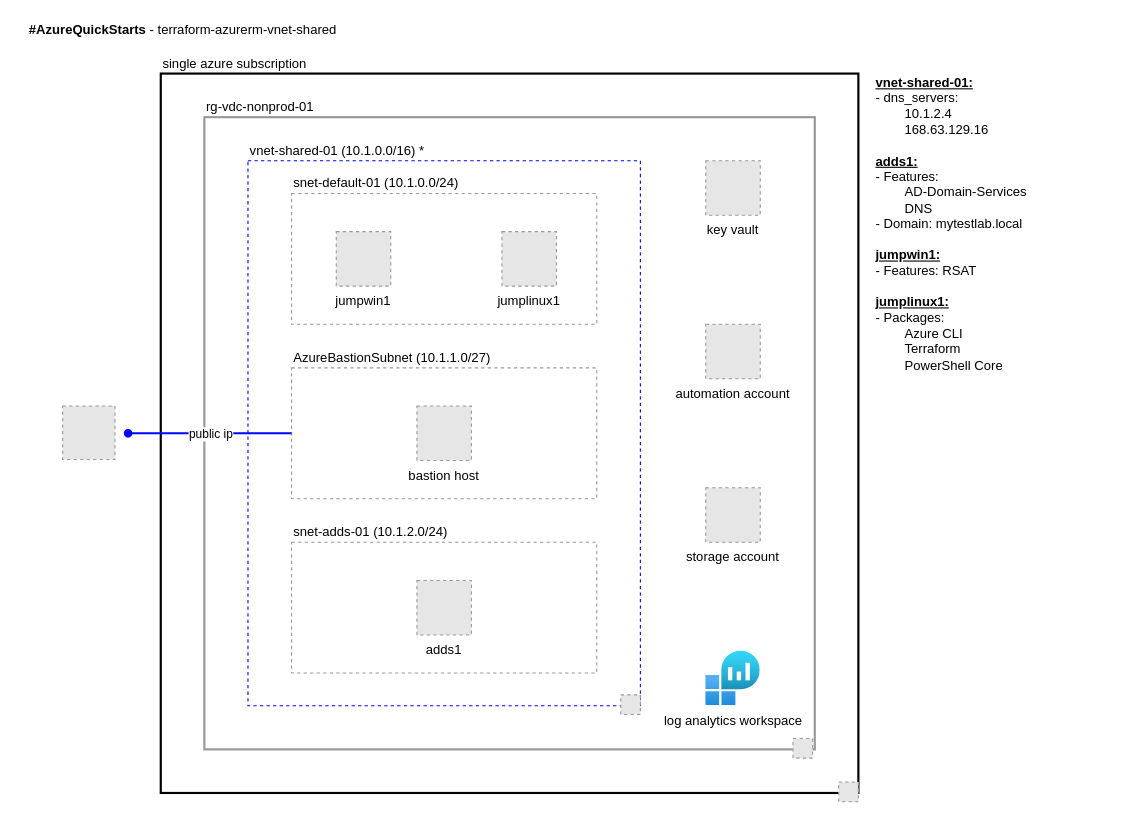
This is terraform-azurerm-vnet-shared/vnet-shared-diagram.drawio from doherty100/azuresandbox, a draw.io file, before an edit. Source tidied: cells renumbered, new cells numbered last; positions are measured from the earlier drawing's top-left corner, leaving out a move shared by most shapes. Both pictures are drawn from the tidied source at 109%, with x=0, y=0 at pixel (19, 19). Pictures stored in the file or linked from it are replaced by grey dashed boxes.
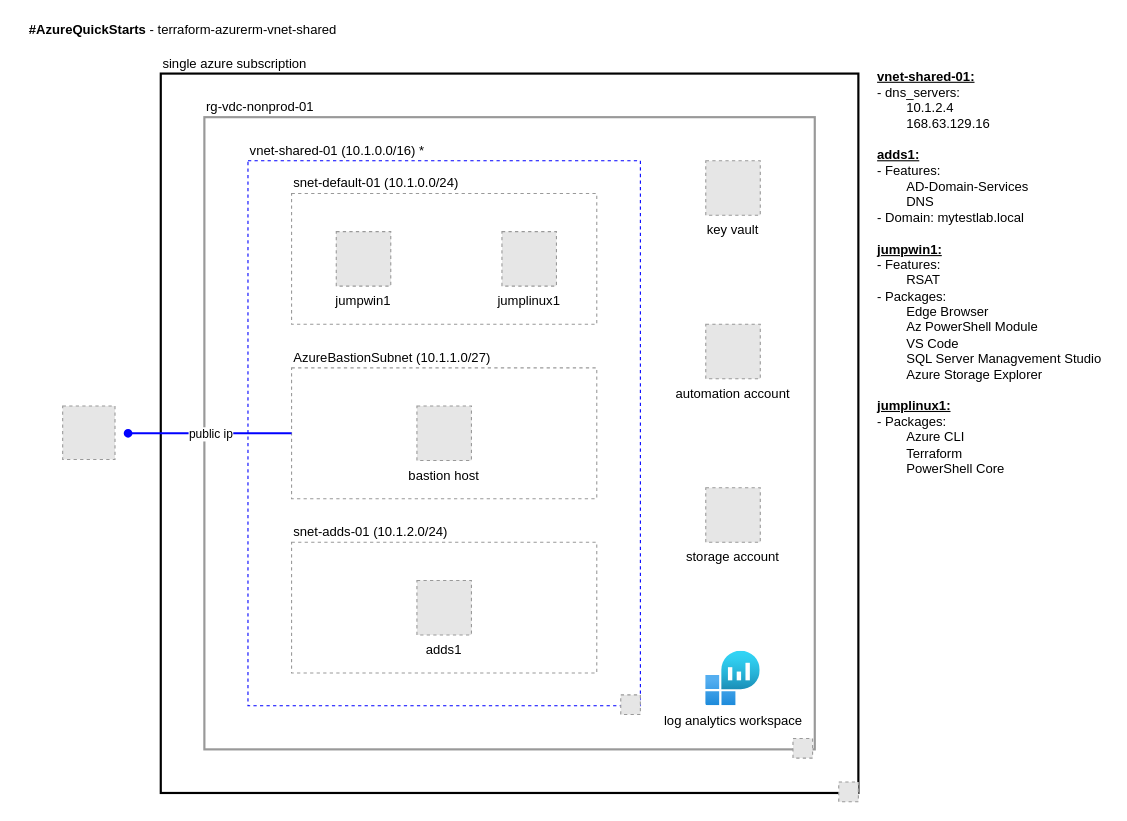
Above is the later version.

Commit message (it also covers changes not shown here):
vnet shared upcate winjump config

What changed in the source:
```diff
@@
-    <mxCell id="20" value="&lt;div style=&quot;text-align: left&quot;&gt;&lt;span&gt;&lt;u&gt;&lt;b&gt;vnet-shared-01:&lt;/b&gt;&lt;/u&gt;&lt;/span&gt;&lt;/div&gt;&lt;div style=&quot;text-align: left&quot;&gt;&lt;span&gt;- dns_servers:&amp;nbsp;&lt;/span&gt;&lt;/div&gt;&lt;div style=&quot;text-align: left&quot;&gt;&lt;span&gt;&lt;span style=&quot;white-space: pre&quot;&gt;&#9;&lt;/span&gt;10.1.2.4&lt;/span&gt;&lt;/div&gt;&lt;div style=&quot;text-align: left&quot;&gt;&lt;span&gt;&lt;span style=&quot;white-space: pre&quot;&gt;&#9;&lt;/span&gt;1&lt;/span&gt;&lt;span&gt;68.63.129.16&lt;/span&gt;&lt;/div&gt;&lt;div style=&quot;text-align: left&quot;&gt;&lt;span&gt;&lt;br&gt;&lt;/span&gt;&lt;/div&gt;&lt;div style=&quot;text-align: left&quot;&gt;&lt;div&gt;&lt;u&gt;&lt;b&gt;adds1:&lt;/b&gt;&lt;/u&gt;&lt;/div&gt;&lt;span style=&quot;text-align: center&quot;&gt;- Features:&amp;nbsp;&lt;/span&gt;&lt;/div&gt;&lt;div style=&quot;text-align: left&quot;&gt;&lt;span style=&quot;text-align: center&quot;&gt;&lt;span style=&quot;white-space: pre&quot;&gt;&#9;&lt;/span&gt;AD-Domain-Services&lt;/span&gt;&lt;/div&gt;&lt;div style=&quot;text-align: left&quot;&gt;&lt;span style=&quot;text-align: center&quot;&gt;&lt;span style=&quot;white-space: pre&quot;&gt;&#9;&lt;/span&gt;DNS&lt;/span&gt;&lt;br style=&quot;text-align: center&quot;&gt;&lt;div&gt;- Domain: mytestlab.local&lt;/div&gt;&lt;div&gt;&lt;br&gt;&lt;/div&gt;&lt;/div&gt;&lt;div style=&quot;text-align: left&quot;&gt;&lt;b&gt;&lt;u&gt;jumpwin1:&lt;/u&gt;&lt;/b&gt;&lt;/div&gt;&lt;div style=&quot;text-align: left&quot;&gt;- Features: RSAT&lt;/div&gt;&lt;div style=&quot;text-align: left&quot;&gt;&lt;span&gt;&lt;br&gt;&lt;/span&gt;&lt;/div&gt;&lt;div style=&quot;text-align: left&quot;&gt;&lt;div&gt;&lt;b&gt;&lt;u&gt;jumplinux1:&lt;/u&gt;&lt;/b&gt;&lt;/div&gt;&lt;div&gt;- Packages:&amp;nbsp;&lt;/div&gt;&lt;div&gt;&lt;span style=&quot;white-space: pre&quot;&gt;&#9;&lt;/span&gt;Azure CLI&lt;/div&gt;&lt;div&gt;&lt;span style=&quot;white-space: pre&quot;&gt;&#9;&lt;/span&gt;Terraform&lt;/div&gt;&lt;div&gt;&lt;span style=&quot;white-space: pre&quot;&gt;&#9;&lt;/span&gt;PowerShell Core&lt;br&gt;&lt;/div&gt;&lt;div&gt;&lt;br&gt;&lt;/div&gt;&lt;/div&gt;" style="text;html=1;align=center;verticalAlign=middle;rounded=0;fontColor=#000000;" parent="1" vertex="1">
-      <mxGeometry x="780" y="50" width="150" height="290" as="geometry" />
+    <mxCell id="20" value="&lt;div style=&quot;text-align: left&quot;&gt;&lt;span&gt;&lt;u&gt;&lt;b&gt;vnet-shared-01:&lt;/b&gt;&lt;/u&gt;&lt;/span&gt;&lt;/div&gt;&lt;div style=&quot;text-align: left&quot;&gt;&lt;span&gt;- dns_servers:&amp;nbsp;&lt;/span&gt;&lt;/div&gt;&lt;div style=&quot;text-align: left&quot;&gt;&lt;span&gt;&lt;span style=&quot;white-space: pre&quot;&gt;&#9;&lt;/span&gt;10.1.2.4&lt;/span&gt;&lt;/div&gt;&lt;div style=&quot;text-align: left&quot;&gt;&lt;span&gt;&lt;span style=&quot;white-space: pre&quot;&gt;&#9;&lt;/span&gt;1&lt;/span&gt;&lt;span&gt;68.63.129.16&lt;/span&gt;&lt;/div&gt;&lt;div style=&quot;text-align: left&quot;&gt;&lt;span&gt;&lt;br&gt;&lt;/span&gt;&lt;/div&gt;&lt;div style=&quot;text-align: left&quot;&gt;&lt;div&gt;&lt;u&gt;&lt;b&gt;adds1:&lt;/b&gt;&lt;/u&gt;&lt;/div&gt;&lt;span style=&quot;text-align: center&quot;&gt;- Features:&amp;nbsp;&lt;/span&gt;&lt;/div&gt;&lt;div style=&quot;text-align: left&quot;&gt;&lt;span style=&quot;text-align: center&quot;&gt;&lt;span style=&quot;white-space: pre&quot;&gt;&#9;&lt;/span&gt;AD-Domain-Services&lt;/span&gt;&lt;/div&gt;&lt;div style=&quot;text-align: left&quot;&gt;&lt;span style=&quot;text-align: center&quot;&gt;&lt;span style=&quot;white-space: pre&quot;&gt;&#9;&lt;/span&gt;DNS&lt;/span&gt;&lt;br style=&quot;text-align: center&quot;&gt;&lt;div&gt;- Domain: mytestlab.local&lt;/div&gt;&lt;div&gt;&lt;br&gt;&lt;/div&gt;&lt;/div&gt;&lt;div style=&quot;text-align: left&quot;&gt;&lt;b&gt;&lt;u&gt;jumpwin1:&lt;/u&gt;&lt;/b&gt;&lt;/div&gt;&lt;div style=&quot;text-align: left&quot;&gt;- Features:&lt;/div&gt;&lt;div style=&quot;text-align: left&quot;&gt;&lt;span style=&quot;white-space: pre&quot;&gt;&#9;&lt;/span&gt;RSAT&lt;/div&gt;&lt;div style=&quot;text-align: left&quot;&gt;- Packages:&lt;/div&gt;&lt;div style=&quot;text-align: left&quot;&gt;&lt;span style=&quot;white-space: pre&quot;&gt;&#9;&lt;/span&gt;Edge Browser&lt;br&gt;&lt;/div&gt;&lt;div style=&quot;text-align: left&quot;&gt;&lt;span style=&quot;white-space: pre&quot;&gt;&#9;&lt;/span&gt;&lt;span&gt;Az PowerShell Module&lt;/span&gt;&lt;br&gt;&lt;/div&gt;&lt;div style=&quot;text-align: left&quot;&gt;&lt;span style=&quot;white-space: pre&quot;&gt;&#9;&lt;/span&gt;VS Code&lt;br&gt;&lt;/div&gt;&lt;div style=&quot;text-align: left&quot;&gt;&lt;span style=&quot;white-space: pre&quot;&gt;&#9;&lt;/span&gt;SQL Server Managvement Studio&lt;br&gt;&lt;/div&gt;&lt;div style=&quot;text-align: left&quot;&gt;&lt;span style=&quot;white-space: pre&quot;&gt;&#9;&lt;/span&gt;Azure Storage Explorer&lt;br&gt;&lt;/div&gt;&lt;div style=&quot;text-align: left&quot;&gt;&lt;span&gt;&lt;br&gt;&lt;/span&gt;&lt;/div&gt;&lt;div style=&quot;text-align: left&quot;&gt;&lt;div&gt;&lt;b&gt;&lt;u&gt;jumplinux1:&lt;/u&gt;&lt;/b&gt;&lt;/div&gt;&lt;div&gt;- Packages:&amp;nbsp;&lt;/div&gt;&lt;div&gt;&lt;span style=&quot;white-space: pre&quot;&gt;&#9;&lt;/span&gt;Azure CLI&lt;/div&gt;&lt;div&gt;&lt;span style=&quot;white-space: pre&quot;&gt;&#9;&lt;/span&gt;Terraform&lt;/div&gt;&lt;div&gt;&lt;span style=&quot;white-space: pre&quot;&gt;&#9;&lt;/span&gt;PowerShell Core&lt;br&gt;&lt;/div&gt;&lt;div&gt;&lt;br&gt;&lt;/div&gt;&lt;/div&gt;" style="text;html=1;align=center;verticalAlign=middle;rounded=0;fontColor=#000000;" parent="1" vertex="1">
+      <mxGeometry x="780" y="50" width="220" height="380" as="geometry" />
     </mxCell>
```
